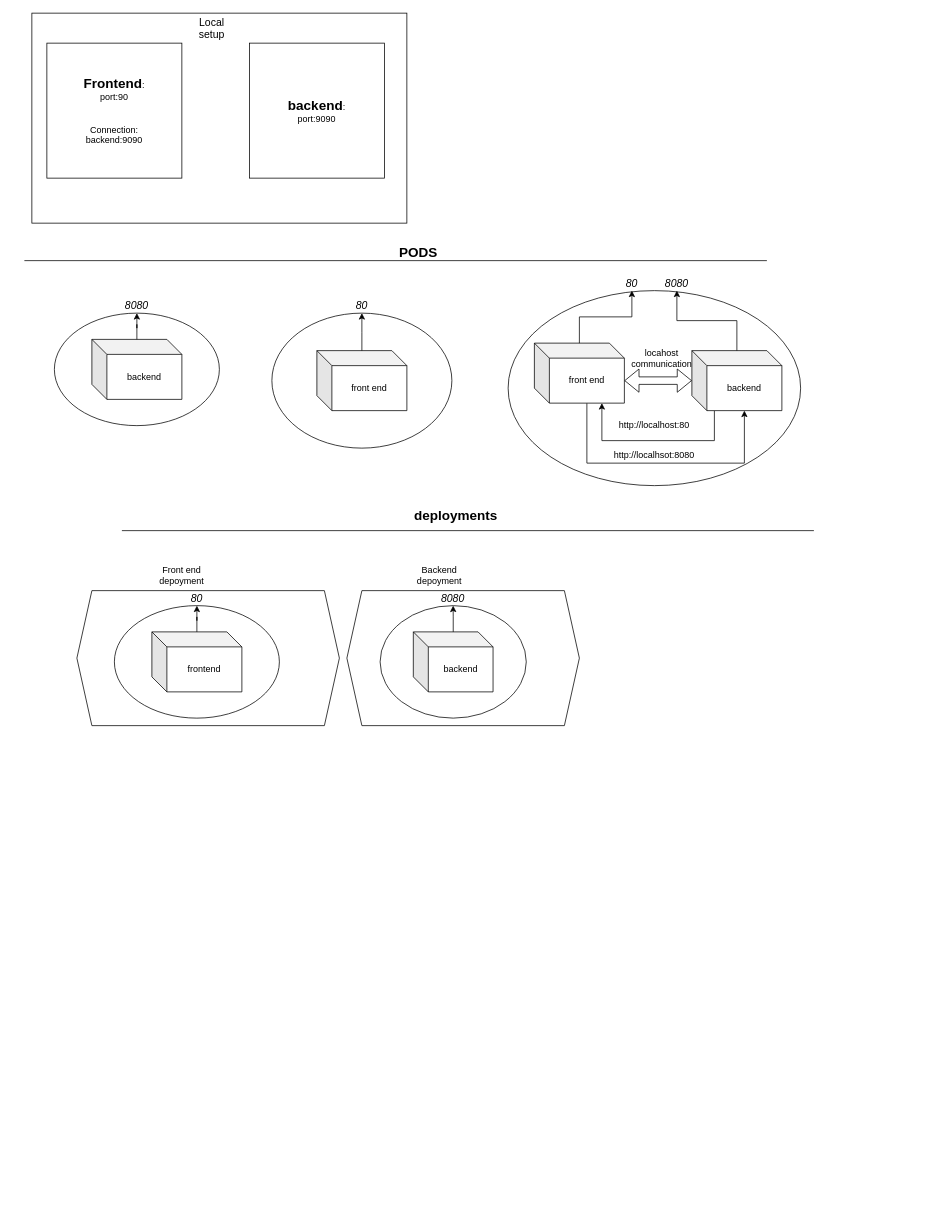
Above: kubernetes.drawio in thulasipavankumar/drawio (draw.io), before the change. Source tidied: cells renumbered, new cells numbered last; positions are measured from the earlier drawing's top-left corner, leaving out a move shared by most shapes. Both pictures are drawn from the tidied source at 75%, with x=0, y=0 at pixel (24, 13).
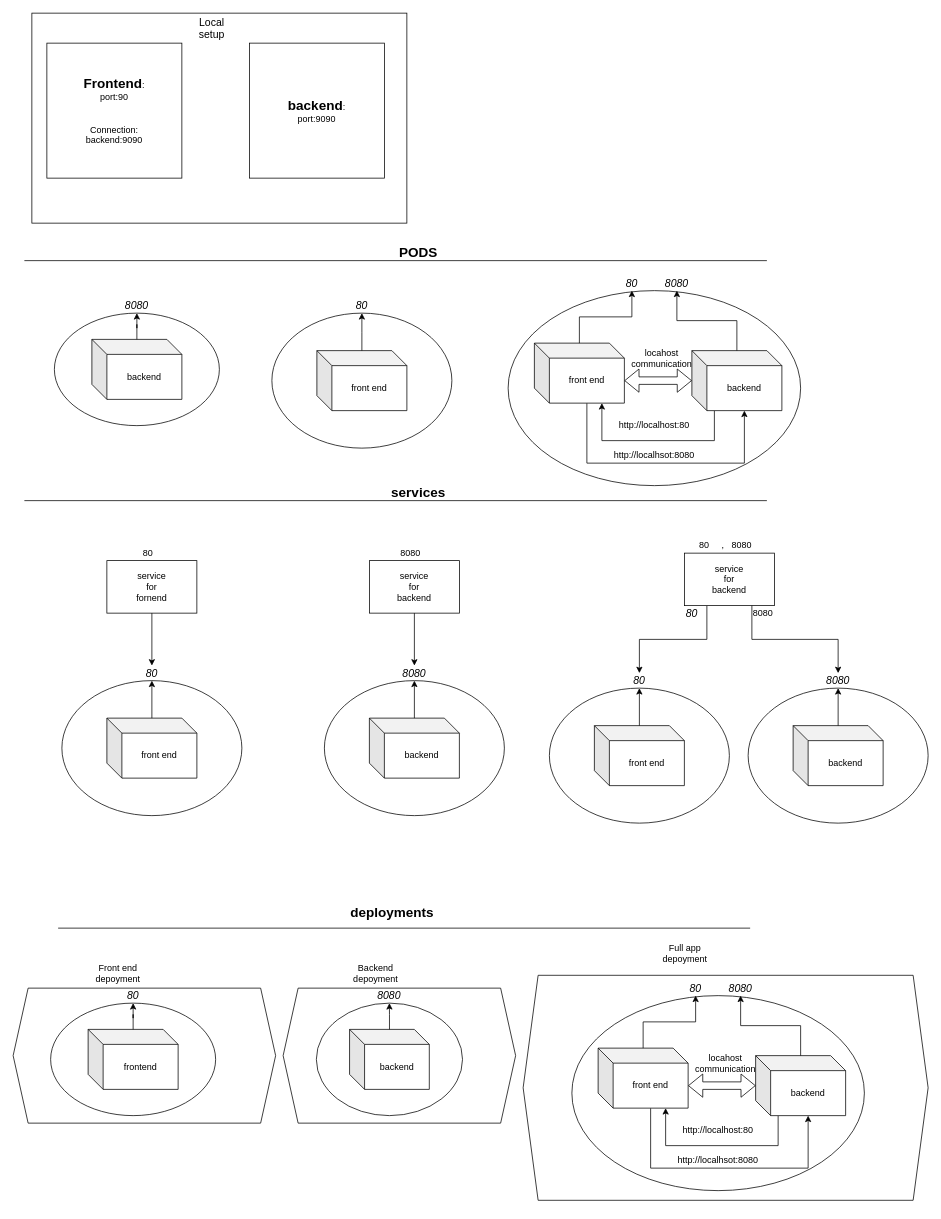
After the change.

Diff of the diagram source:
```diff
@@
     <mxCell id="40" value="&lt;b&gt;&lt;font style=&quot;font-size: 18px&quot;&gt;deployments&lt;/font&gt;&lt;/b&gt;" style="text;html=1;align=center;verticalAlign=middle;" parent="1" vertex="1">
-      <mxGeometry x="510" y="660" width="130" height="20" as="geometry" />
+      <mxGeometry x="425" y="1190" width="130" height="20" as="geometry" />
     </mxCell>
     <mxCell id="41" style="endArrow=none;html=1;" parent="1" edge="1">
       <mxGeometry relative="1" as="geometry">
-        <mxPoint x="130" y="690" as="sourcePoint" />
-        <mxPoint x="1052.7" y="690" as="targetPoint" />
+        <mxPoint x="45" y="1220" as="sourcePoint" />
+        <mxPoint x="967.7" y="1220" as="targetPoint" />
       </mxGeometry>
     </mxCell>
     <mxCell id="42" style="group;" parent="1" vertex="1">
-      <mxGeometry x="70" y="740" width="350" height="210" as="geometry" />
+      <mxGeometry x="-15" y="1270" width="350" height="210" as="geometry" />
     </mxCell>
@@
     <mxCell id="52" style="group;" parent="1" vertex="1">
-      <mxGeometry x="430" y="740" width="310" height="210" as="geometry" />
+      <mxGeometry x="345" y="1270" width="310" height="210" as="geometry" />
     </mxCell>
@@
+    <mxCell id="62" style="group;" parent="1" vertex="1">
+      <mxGeometry x="665" y="1240" width="540" height="350" as="geometry" />
+    </mxCell>
+    <mxCell id="63" style="group;" parent="62" vertex="1">
+      <mxGeometry y="42.9" width="540" height="307.1" as="geometry" />
+    </mxCell>
+    <mxCell id="64" style="shape=hexagon;perimeter=hexagonPerimeter2;whiteSpace=wrap;html=1;fixedSize=1;" parent="63" vertex="1">
+      <mxGeometry width="540" height="300" as="geometry" />
+    </mxCell>
+    <mxCell id="65" style="group;" parent="63" vertex="1">
+      <mxGeometry x="90" y="7.1" width="390" height="280" as="geometry" />
+    </mxCell>
+    <mxCell id="66" style="group;" parent="65" vertex="1">
+      <mxGeometry y="20" width="390" height="260" as="geometry" />
+    </mxCell>
+    <mxCell id="67" style="group;" parent="66" vertex="1">
+      <mxGeometry x="-25" width="390" height="260" as="geometry" />
+    </mxCell>
+    <mxCell id="68" style="ellipse;whiteSpace=wrap;html=1;" parent="67" vertex="1">
+      <mxGeometry width="390" height="260" as="geometry" />
+    </mxCell>
+    <mxCell id="69" style="edgeStyle=orthogonalEdgeStyle;rounded=0;jettySize=auto;html=1;entryX=0;entryY=0;entryDx=70;entryDy=80;entryPerimeter=0;exitX=0;exitY=0;exitDx=70;exitDy=80;exitPerimeter=0;" parent="67" edge="1" source="70" target="72">
+      <mxGeometry relative="1" as="geometry">
+        <Array as="points">
+          <mxPoint x="105" y="230" />
+          <mxPoint x="315" y="230" />
+        </Array>
+      </mxGeometry>
+    </mxCell>
+    <mxCell id="70" value="front end" style="shape=cube;whiteSpace=wrap;html=1;boundedLbl=1;backgroundOutline=1;darkOpacity=0.05;darkOpacity2=0.1;" parent="67" vertex="1">
+      <mxGeometry x="35" y="70" width="120" height="80" as="geometry" />
+    </mxCell>
+    <mxCell id="71" style="edgeStyle=orthogonalEdgeStyle;rounded=0;jettySize=auto;html=1;entryX=0.75;entryY=1;entryDx=0;entryDy=0;entryPerimeter=0;" parent="67" edge="1" source="72" target="70">
+      <mxGeometry relative="1" as="geometry">
+        <Array as="points">
+          <mxPoint x="275" y="200" />
+          <mxPoint x="125" y="200" />
+        </Array>
+      </mxGeometry>
+    </mxCell>
+    <mxCell id="72" value="backend" style="shape=cube;whiteSpace=wrap;html=1;boundedLbl=1;backgroundOutline=1;darkOpacity=0.05;darkOpacity2=0.1;" parent="67" vertex="1">
+      <mxGeometry x="245" y="80" width="120" height="80" as="geometry" />
+    </mxCell>
+    <mxCell id="73" value="http://localhsot:8080" style="text;html=1;strokeColor=none;fillColor=none;align=center;verticalAlign=middle;whiteSpace=wrap;rounded=0;" parent="67" vertex="1">
+      <mxGeometry x="175" y="210" width="40" height="20" as="geometry" />
+    </mxCell>
+    <mxCell id="74" value="http://localhost:80" style="text;html=1;strokeColor=none;fillColor=none;align=center;verticalAlign=middle;whiteSpace=wrap;rounded=0;" parent="67" vertex="1">
+      <mxGeometry x="175" y="170" width="40" height="20" as="geometry" />
+    </mxCell>
+    <mxCell id="75" style="shape=flexArrow;endArrow=classic;startArrow=classic;html=1;exitX=0;exitY=0;exitDx=120;exitDy=50;exitPerimeter=0;" parent="67" edge="1" source="70" target="72">
+      <mxGeometry relative="1" as="geometry" />
+    </mxCell>
+    <mxCell id="76" value="locahost&lt;br&gt;communication" style="text;html=1;strokeColor=none;fillColor=none;align=center;verticalAlign=middle;whiteSpace=wrap;rounded=0;" parent="67" vertex="1">
+      <mxGeometry x="185" y="80" width="40" height="20" as="geometry" />
+    </mxCell>
+    <mxCell id="77" value="&lt;i&gt;&lt;font style=&quot;font-size: 14px&quot;&gt;80&lt;/font&gt;&lt;/i&gt;" style="text;html=1;strokeColor=none;fillColor=none;align=center;verticalAlign=middle;whiteSpace=wrap;rounded=0;" parent="65" vertex="1">
+      <mxGeometry x="120" width="40" height="20" as="geometry" />
+    </mxCell>
+    <mxCell id="78" value="&lt;i&gt;&lt;font style=&quot;font-size: 14px&quot;&gt;8080&lt;/font&gt;&lt;/i&gt;" style="text;html=1;strokeColor=none;fillColor=none;align=center;verticalAlign=middle;whiteSpace=wrap;rounded=0;" parent="65" vertex="1">
+      <mxGeometry x="180" width="40" height="20" as="geometry" />
+    </mxCell>
+    <mxCell id="79" style="edgeStyle=orthogonalEdgeStyle;rounded=0;jettySize=auto;html=1;" parent="65" edge="1" source="70" target="77">
+      <mxGeometry relative="1" as="geometry" />
+    </mxCell>
+    <mxCell id="80" style="edgeStyle=orthogonalEdgeStyle;rounded=0;jettySize=auto;html=1;entryX=0.5;entryY=1;entryDx=0;entryDy=0;" parent="65" edge="1" source="72" target="78">
+      <mxGeometry relative="1" as="geometry" />
+    </mxCell>
+    <mxCell id="81" value="Full app depoyment" style="text;html=1;strokeColor=none;fillColor=none;align=center;verticalAlign=middle;whiteSpace=wrap;rounded=0;" parent="62" vertex="1">
+      <mxGeometry x="185.1" width="61.7" height="28.6" as="geometry" />
+    </mxCell>
+    <mxCell id="82" value="&lt;b&gt;&lt;font style=&quot;font-size: 18px&quot;&gt;services&lt;/font&gt;&lt;/b&gt;" style="text;html=1;align=center;verticalAlign=middle;" parent="1" vertex="1">
+      <mxGeometry x="480" y="630" width="90" height="20" as="geometry" />
+    </mxCell>
+    <mxCell id="83" style="endArrow=none;html=1;" parent="1" edge="1">
+      <mxGeometry relative="1" as="geometry">
+        <mxPoint y="650" as="sourcePoint" />
+        <mxPoint x="990" y="650" as="targetPoint" />
+      </mxGeometry>
+    </mxCell>
+    <mxCell id="84" style="group;" parent="1" vertex="1">
+      <mxGeometry x="50" y="710" width="240" height="360" as="geometry" />
+    </mxCell>
+    <mxCell id="85" value="service &lt;br&gt;for &lt;br&gt;fornend" style="rounded=0;whiteSpace=wrap;html=1;" parent="84" vertex="1">
+      <mxGeometry x="60" y="20" width="120" height="70" as="geometry" />
+    </mxCell>
+    <mxCell id="86" value="80" style="text;html=1;strokeColor=none;fillColor=none;align=center;verticalAlign=middle;whiteSpace=wrap;rounded=0;" parent="84" vertex="1">
+      <mxGeometry x="95" width="40" height="20" as="geometry" />
+    </mxCell>
+    <mxCell id="87" style="group;" parent="84" vertex="1">
+      <mxGeometry y="160" width="240" height="200" as="geometry" />
+    </mxCell>
+    <mxCell id="88" style="group;" parent="87" vertex="1">
+      <mxGeometry y="20" width="240" height="180" as="geometry" />
+    </mxCell>
+    <mxCell id="89" style="group;" parent="88" vertex="1">
+      <mxGeometry width="240" height="180" as="geometry" />
+    </mxCell>
+    <mxCell id="90" style="ellipse;whiteSpace=wrap;html=1;" parent="89" vertex="1">
+      <mxGeometry width="240" height="180" as="geometry" />
+    </mxCell>
+    <mxCell id="91" value="front end" style="shape=cube;whiteSpace=wrap;html=1;boundedLbl=1;backgroundOutline=1;darkOpacity=0.05;darkOpacity2=0.1;" parent="89" vertex="1">
+      <mxGeometry x="60" y="50" width="120" height="80" as="geometry" />
+    </mxCell>
+    <mxCell id="92" value="&lt;i&gt;&lt;font style=&quot;font-size: 14px&quot;&gt;80&lt;/font&gt;&lt;/i&gt;" style="text;html=1;strokeColor=none;fillColor=none;align=center;verticalAlign=middle;whiteSpace=wrap;rounded=0;" parent="87" vertex="1">
+      <mxGeometry x="100" width="40" height="20" as="geometry" />
+    </mxCell>
+    <mxCell id="93" style="edgeStyle=orthogonalEdgeStyle;rounded=0;jettySize=auto;html=1;entryX=0.5;entryY=1;entryDx=0;entryDy=0;" parent="87" edge="1" source="91" target="92">
+      <mxGeometry relative="1" as="geometry" />
+    </mxCell>
+    <mxCell id="94" style="edgeStyle=orthogonalEdgeStyle;rounded=0;jettySize=auto;html=1;entryX=0.5;entryY=0;entryDx=0;entryDy=0;" parent="84" edge="1" source="85" target="92">
+      <mxGeometry relative="1" as="geometry" />
+    </mxCell>
+    <mxCell id="95" style="group;" parent="1" vertex="1">
+      <mxGeometry x="400" y="710" width="240" height="360" as="geometry" />
+    </mxCell>
+    <mxCell id="96" value="service &lt;br&gt;for &lt;br&gt;backend" style="rounded=0;whiteSpace=wrap;html=1;" parent="95" vertex="1">
+      <mxGeometry x="60" y="20" width="120" height="70" as="geometry" />
+    </mxCell>
+    <mxCell id="97" value="8080" style="text;html=1;strokeColor=none;fillColor=none;align=center;verticalAlign=middle;whiteSpace=wrap;rounded=0;" parent="95" vertex="1">
+      <mxGeometry x="95" width="40" height="20" as="geometry" />
+    </mxCell>
+    <mxCell id="98" style="group;" parent="95" vertex="1">
+      <mxGeometry y="160" width="240" height="200" as="geometry" />
+    </mxCell>
+    <mxCell id="99" style="group;" parent="98" vertex="1">
+      <mxGeometry y="20" width="240" height="180" as="geometry" />
+    </mxCell>
+    <mxCell id="100" style="group;" parent="99" vertex="1">
+      <mxGeometry width="240" height="180" as="geometry" />
+    </mxCell>
+    <mxCell id="101" style="ellipse;whiteSpace=wrap;html=1;" parent="100" vertex="1">
+      <mxGeometry width="240" height="180" as="geometry" />
+    </mxCell>
+    <mxCell id="102" value="backend" style="shape=cube;whiteSpace=wrap;html=1;boundedLbl=1;backgroundOutline=1;darkOpacity=0.05;darkOpacity2=0.1;" parent="100" vertex="1">
+      <mxGeometry x="60" y="50" width="120" height="80" as="geometry" />
+    </mxCell>
+    <mxCell id="103" value="&lt;i&gt;&lt;font style=&quot;font-size: 14px&quot;&gt;8080&lt;/font&gt;&lt;/i&gt;" style="text;html=1;strokeColor=none;fillColor=none;align=center;verticalAlign=middle;whiteSpace=wrap;rounded=0;" parent="98" vertex="1">
+      <mxGeometry x="100" width="40" height="20" as="geometry" />
+    </mxCell>
+    <mxCell id="104" style="edgeStyle=orthogonalEdgeStyle;rounded=0;jettySize=auto;html=1;entryX=0.5;entryY=1;entryDx=0;entryDy=0;" parent="98" edge="1" source="102" target="103">
+      <mxGeometry relative="1" as="geometry" />
+    </mxCell>
+    <mxCell id="105" style="edgeStyle=orthogonalEdgeStyle;rounded=0;jettySize=auto;html=1;entryX=0.5;entryY=0;entryDx=0;entryDy=0;" parent="95" edge="1" source="96" target="103">
+      <mxGeometry relative="1" as="geometry" />
+    </mxCell>
+    <mxCell id="106" style="group;" parent="1" vertex="1">
+      <mxGeometry x="700" y="700" width="505" height="380" as="geometry" />
+    </mxCell>
+    <mxCell id="107" style="group;" parent="106" vertex="1">
+      <mxGeometry x="265" y="20" width="240" height="360" as="geometry" />
+    </mxCell>
+    <mxCell id="108" value="8080" style="text;html=1;strokeColor=none;fillColor=none;align=center;verticalAlign=middle;whiteSpace=wrap;rounded=0;" parent="107" vertex="1">
+      <mxGeometry y="70" width="40" height="20" as="geometry" />
+    </mxCell>
+    <mxCell id="109" style="group;" parent="107" vertex="1">
+      <mxGeometry y="160" width="240" height="200" as="geometry" />
+    </mxCell>
+    <mxCell id="110" style="group;" parent="109" vertex="1">
+      <mxGeometry y="20" width="240" height="180" as="geometry" />
+    </mxCell>
+    <mxCell id="111" style="group;" parent="110" vertex="1">
+      <mxGeometry width="240" height="180" as="geometry" />
+    </mxCell>
+    <mxCell id="112" style="ellipse;whiteSpace=wrap;html=1;" parent="111" vertex="1">
+      <mxGeometry width="240" height="180" as="geometry" />
+    </mxCell>
+    <mxCell id="113" value="backend" style="shape=cube;whiteSpace=wrap;html=1;boundedLbl=1;backgroundOutline=1;darkOpacity=0.05;darkOpacity2=0.1;" parent="111" vertex="1">
+      <mxGeometry x="60" y="50" width="120" height="80" as="geometry" />
+    </mxCell>
+    <mxCell id="114" value="&lt;i&gt;&lt;font style=&quot;font-size: 14px&quot;&gt;8080&lt;/font&gt;&lt;/i&gt;" style="text;html=1;strokeColor=none;fillColor=none;align=center;verticalAlign=middle;whiteSpace=wrap;rounded=0;" parent="109" vertex="1">
+      <mxGeometry x="100" width="40" height="20" as="geometry" />
+    </mxCell>
+    <mxCell id="115" style="edgeStyle=orthogonalEdgeStyle;rounded=0;jettySize=auto;html=1;entryX=0.5;entryY=1;entryDx=0;entryDy=0;" parent="109" edge="1" source="113" target="114">
+      <mxGeometry relative="1" as="geometry" />
+    </mxCell>
+    <mxCell id="116" style="group;" parent="106" vertex="1">
+      <mxGeometry y="180" width="240" height="200" as="geometry" />
+    </mxCell>
+    <mxCell id="117" style="group;" parent="116" vertex="1">
+      <mxGeometry y="20" width="240" height="180" as="geometry" />
+    </mxCell>
+    <mxCell id="118" style="group;" parent="117" vertex="1">
+      <mxGeometry width="240" height="180" as="geometry" />
+    </mxCell>
+    <mxCell id="119" style="ellipse;whiteSpace=wrap;html=1;" parent="118" vertex="1">
+      <mxGeometry width="240" height="180" as="geometry" />
+    </mxCell>
+    <mxCell id="120" value="front end" style="shape=cube;whiteSpace=wrap;html=1;boundedLbl=1;backgroundOutline=1;darkOpacity=0.05;darkOpacity2=0.1;" parent="118" vertex="1">
+      <mxGeometry x="60" y="50" width="120" height="80" as="geometry" />
+    </mxCell>
+    <mxCell id="121" value="&lt;i&gt;&lt;font style=&quot;font-size: 14px&quot;&gt;80&lt;/font&gt;&lt;/i&gt;" style="text;html=1;strokeColor=none;fillColor=none;align=center;verticalAlign=middle;whiteSpace=wrap;rounded=0;" parent="116" vertex="1">
+      <mxGeometry x="100" width="40" height="20" as="geometry" />
+    </mxCell>
+    <mxCell id="122" style="edgeStyle=orthogonalEdgeStyle;rounded=0;jettySize=auto;html=1;entryX=0.5;entryY=1;entryDx=0;entryDy=0;" parent="116" edge="1" source="120" target="121">
+      <mxGeometry relative="1" as="geometry" />
+    </mxCell>
+    <mxCell id="123" style="edgeStyle=orthogonalEdgeStyle;rounded=0;jettySize=auto;html=1;exitX=0.25;exitY=1;exitDx=0;exitDy=0;entryX=0.5;entryY=0;entryDx=0;entryDy=0;" parent="106" edge="1" source="124" target="121">
+      <mxGeometry relative="1" as="geometry" />
+    </mxCell>
+    <mxCell id="124" value="service &lt;br&gt;for &lt;br&gt;backend" style="rounded=0;whiteSpace=wrap;html=1;" parent="106" vertex="1">
+      <mxGeometry x="180" y="20" width="120" height="70" as="geometry" />
+    </mxCell>
+    <mxCell id="125" style="edgeStyle=orthogonalEdgeStyle;rounded=0;jettySize=auto;html=1;entryX=0.5;entryY=0;entryDx=0;entryDy=0;exitX=0.75;exitY=1;exitDx=0;exitDy=0;" parent="106" edge="1" source="124" target="114">
+      <mxGeometry relative="1" as="geometry" />
+    </mxCell>
+    <mxCell id="126" value="&lt;i&gt;&lt;font style=&quot;font-size: 14px&quot;&gt;80&lt;/font&gt;&lt;/i&gt;" style="text;html=1;strokeColor=none;fillColor=none;align=center;verticalAlign=middle;whiteSpace=wrap;rounded=0;" parent="106" vertex="1">
+      <mxGeometry x="170" y="90" width="40" height="20" as="geometry" />
+    </mxCell>
+    <mxCell id="127" value="80&amp;nbsp; &amp;nbsp; &amp;nbsp;,&amp;nbsp; &amp;nbsp;8080" style="text;html=1;strokeColor=none;fillColor=none;align=center;verticalAlign=middle;whiteSpace=wrap;rounded=0;" parent="106" vertex="1">
+      <mxGeometry x="180" width="110" height="20" as="geometry" />
+    </mxCell>
```
